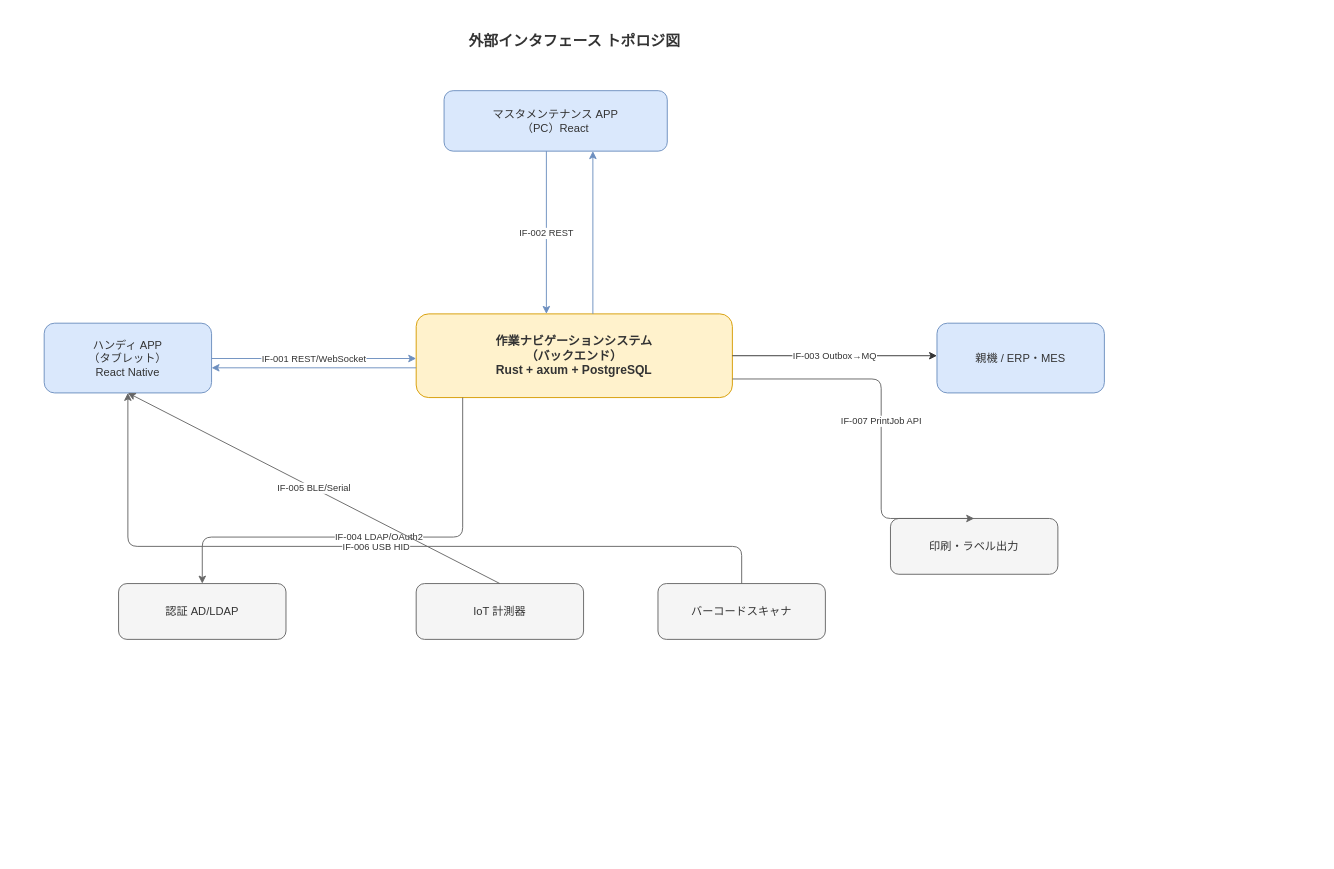
Earlier version of the draw.io diagram docs/03_要件定義/機能要件/img/fig_external_interface_topology.drawio (RyuheiKiso/work-navigation-app). Source tidied: cells renumbered, new cells numbered last; positions are measured from the earlier drawing's top-left corner, leaving out a move shared by most shapes. Both pictures are drawn from the tidied source at 93%, with x=0, y=0 at pixel (16, 16).
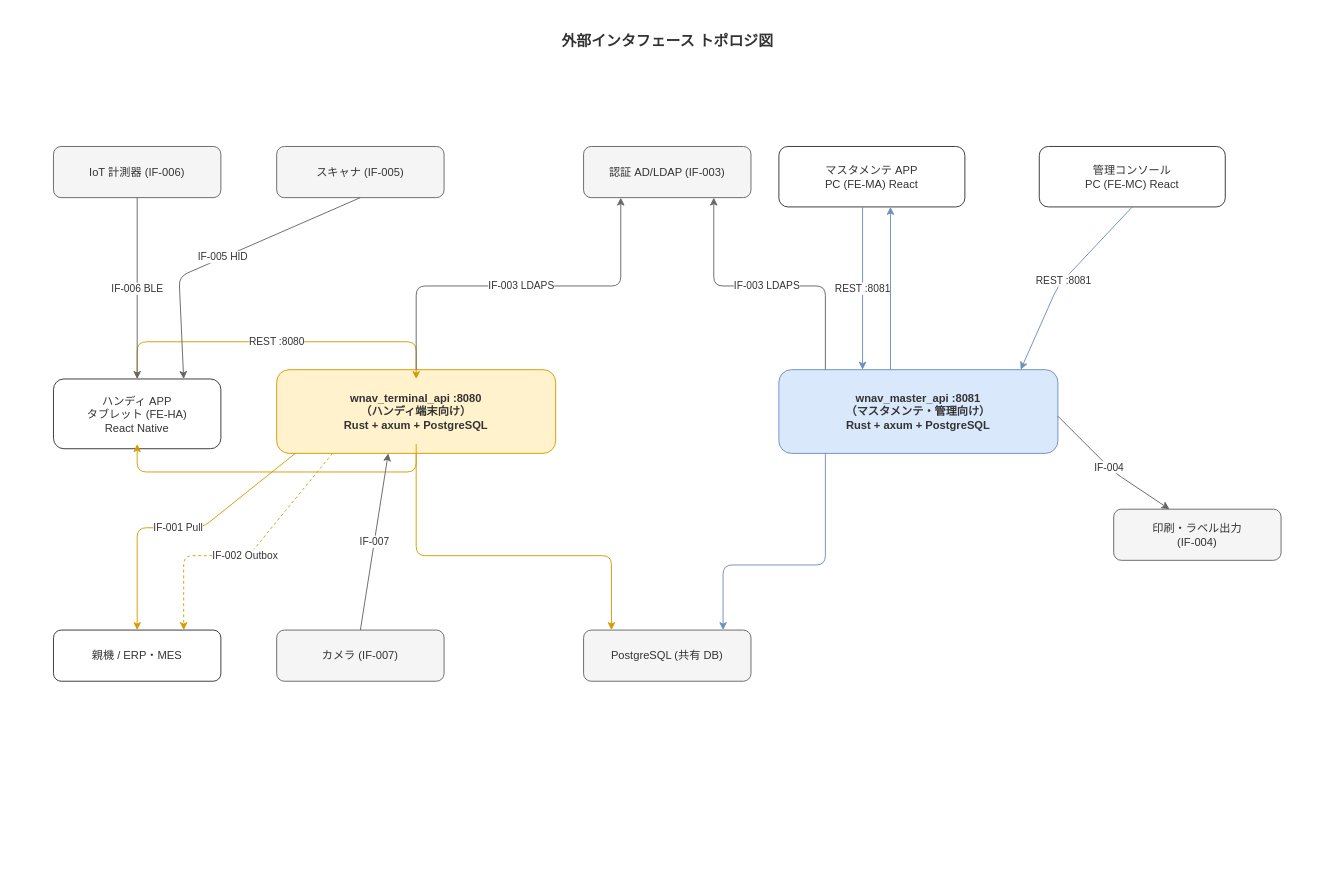
After the change.

The edit, as a diff of the source:
```diff
@@
     <mxCell id="2" style="rounded=0;whiteSpace=wrap;html=1;fillColor=#FFFFFF;strokeColor=none;" parent="1" vertex="1">
-      <mxGeometry width="1200" height="800" as="geometry" />
+      <mxGeometry width="1400" height="900" as="geometry" />
     </mxCell>
     <mxCell id="3" value="外部インタフェース トポロジ図" style="text;html=1;fontFamily=Helvetica;fontSize=16;fontStyle=1;align=center;verticalAlign=middle;fillColor=none;strokeColor=none;fontColor=#333333;" parent="1" vertex="1">
-      <mxGeometry x="350" y="10" width="500" height="32" as="geometry" />
+      <mxGeometry x="400" y="10" width="600" height="32" as="geometry" />
     </mxCell>
-    <mxCell id="4" value="作業ナビゲーションシステム&#10;（バックエンド）&#10;Rust + axum + PostgreSQL" style="rounded=1;whiteSpace=wrap;html=1;fontFamily=Helvetica;fontSize=13;fontStyle=1;fontColor=#333333;strokeColor=#d79b00;fillColor=#fff2cc;" parent="1" vertex="1">
-      <mxGeometry x="430" y="320" width="340" height="90" as="geometry" />
-    </mxCell>
+    <mxCell id="21" value="wnav_terminal_api :8080&#10;（ハンディ端末向け）&#10;Rust + axum + PostgreSQL" style="rounded=1;whiteSpace=wrap;html=1;fontFamily=Helvetica;fontSize=12;fontStyle=1;fontColor=#333333;strokeColor=#d79b00;fillColor=#fff2cc;" parent="1" vertex="1">
+      <mxGeometry x="280" y="380" width="300" height="90" as="geometry" />
+    </mxCell>
+    <mxCell id="22" value="wnav_master_api :8081&#10;（マスタメンテ・管理向け）&#10;Rust + axum + PostgreSQL" style="rounded=1;whiteSpace=wrap;html=1;fontFamily=Helvetica;fontSize=12;fontStyle=1;fontColor=#333333;strokeColor=#6c8ebf;fillColor=#dae8fc;" parent="1" vertex="1">
+      <mxGeometry x="820" y="380" width="300" height="90" as="geometry" />
+    </mxCell>
+    <mxCell id="23" value="PostgreSQL (共有 DB)" style="rounded=1;whiteSpace=wrap;html=1;fontFamily=Helvetica;fontSize=12;fontColor=#333333;strokeColor=#666666;fillColor=#f5f5f5;" parent="1" vertex="1">
+      <mxGeometry x="610" y="660" width="180" height="55" as="geometry" />
+    </mxCell>
-    <mxCell id="5" value="ハンディ APP&#10;（タブレット）&#10;React Native" style="rounded=1;whiteSpace=wrap;html=1;fontFamily=Helvetica;fontSize=12;fontColor=#333333;strokeColor=#6c8ebf;fillColor=#dae8fc;" parent="1" vertex="1">
-      <mxGeometry x="30" y="330" width="180" height="75" as="geometry" />
+    <mxCell id="5" value="ハンディ APP&#10;タブレット (FE-HA)&#10;React Native" style="rounded=1;whiteSpace=wrap;html=1;fontFamily=Helvetica;fontSize=12;fontColor=#333333;strokeColor=#333333;fillColor=#FFFFFF;" parent="1" vertex="1">
+      <mxGeometry x="40" y="390" width="180" height="75" as="geometry" />
     </mxCell>
+    <mxCell id="7" value="マスタメンテ APP&#10;PC (FE-MA) React" style="rounded=1;whiteSpace=wrap;html=1;fontFamily=Helvetica;fontSize=12;fontColor=#333333;strokeColor=#333333;fillColor=#FFFFFF;" parent="1" vertex="1">
+      <mxGeometry x="820" y="140" width="200" height="65" as="geometry" />
+    </mxCell>
+    <mxCell id="24" value="管理コンソール&#10;PC (FE-MC) React" style="rounded=1;whiteSpace=wrap;html=1;fontFamily=Helvetica;fontSize=12;fontColor=#333333;strokeColor=#333333;fillColor=#FFFFFF;" parent="1" vertex="1">
+      <mxGeometry x="1100" y="140" width="200" height="65" as="geometry" />
+    </mxCell>
+    <mxCell id="8" value="認証 AD/LDAP (IF-003)" style="rounded=1;whiteSpace=wrap;html=1;fontFamily=Helvetica;fontSize=12;fontColor=#333333;strokeColor=#666666;fillColor=#f5f5f5;" parent="1" vertex="1">
+      <mxGeometry x="610" y="140" width="180" height="55" as="geometry" />
+    </mxCell>
-    <mxCell id="6" value="親機 / ERP・MES" style="rounded=1;whiteSpace=wrap;html=1;fontFamily=Helvetica;fontSize=12;fontColor=#333333;strokeColor=#6c8ebf;fillColor=#dae8fc;" parent="1" vertex="1">
-      <mxGeometry x="990" y="330" width="180" height="75" as="geometry" />
+    <mxCell id="6" value="親機 / ERP・MES" style="rounded=1;whiteSpace=wrap;html=1;fontFamily=Helvetica;fontSize=12;fontColor=#333333;strokeColor=#333333;fillColor=#FFFFFF;" parent="1" vertex="1">
+      <mxGeometry x="40" y="660" width="180" height="55" as="geometry" />
     </mxCell>
-    <mxCell id="7" value="マスタメンテナンス APP&#10;（PC）React" style="rounded=1;whiteSpace=wrap;html=1;fontFamily=Helvetica;fontSize=12;fontColor=#333333;strokeColor=#6c8ebf;fillColor=#dae8fc;" parent="1" vertex="1">
-      <mxGeometry x="460" y="80" width="240" height="65" as="geometry" />
-    </mxCell>
-    <mxCell id="8" value="認証 AD/LDAP" style="rounded=1;whiteSpace=wrap;html=1;fontFamily=Helvetica;fontSize=12;fontColor=#333333;strokeColor=#666666;fillColor=#f5f5f5;" parent="1" vertex="1">
-      <mxGeometry x="110" y="610" width="180" height="60" as="geometry" />
-    </mxCell>
+    <mxCell id="11" value="印刷・ラベル出力&#10;(IF-004)" style="rounded=1;whiteSpace=wrap;html=1;fontFamily=Helvetica;fontSize=12;fontColor=#333333;strokeColor=#666666;fillColor=#f5f5f5;" parent="1" vertex="1">
+      <mxGeometry x="1180" y="530" width="180" height="55" as="geometry" />
+    </mxCell>
-    <mxCell id="9" value="IoT 計測器" style="rounded=1;whiteSpace=wrap;html=1;fontFamily=Helvetica;fontSize=12;fontColor=#333333;strokeColor=#666666;fillColor=#f5f5f5;" parent="1" vertex="1">
-      <mxGeometry x="430" y="610" width="180" height="60" as="geometry" />
+    <mxCell id="9" value="IoT 計測器 (IF-006)" style="rounded=1;whiteSpace=wrap;html=1;fontFamily=Helvetica;fontSize=12;fontColor=#333333;strokeColor=#666666;fillColor=#f5f5f5;" parent="1" vertex="1">
+      <mxGeometry x="40" y="140" width="180" height="55" as="geometry" />
     </mxCell>
-    <mxCell id="10" value="バーコードスキャナ" style="rounded=1;whiteSpace=wrap;html=1;fontFamily=Helvetica;fontSize=12;fontColor=#333333;strokeColor=#666666;fillColor=#f5f5f5;" parent="1" vertex="1">
-      <mxGeometry x="690" y="610" width="180" height="60" as="geometry" />
+    <mxCell id="10" value="スキャナ (IF-005)" style="rounded=1;whiteSpace=wrap;html=1;fontFamily=Helvetica;fontSize=12;fontColor=#333333;strokeColor=#666666;fillColor=#f5f5f5;" parent="1" vertex="1">
+      <mxGeometry x="280" y="140" width="180" height="55" as="geometry" />
     </mxCell>
-    <mxCell id="11" value="印刷・ラベル出力" style="rounded=1;whiteSpace=wrap;html=1;fontFamily=Helvetica;fontSize=12;fontColor=#333333;strokeColor=#666666;fillColor=#f5f5f5;" parent="1" vertex="1">
-      <mxGeometry x="940" y="540" width="180" height="60" as="geometry" />
-    </mxCell>
+    <mxCell id="25" value="カメラ (IF-007)" style="rounded=1;whiteSpace=wrap;html=1;fontFamily=Helvetica;fontSize=12;fontColor=#333333;strokeColor=#666666;fillColor=#f5f5f5;" parent="1" vertex="1">
+      <mxGeometry x="280" y="660" width="180" height="55" as="geometry" />
+    </mxCell>
-    <mxCell id="12" value="IF-001 REST/WebSocket" style="endArrow=classic;endFill=1;html=1;strokeColor=#6c8ebf;fontFamily=Helvetica;fontSize=10;fontColor=#333333;edgeStyle=none;" parent="1" edge="1" source="5" target="4">
+    <mxCell id="12" value="REST :8080" style="endArrow=classic;endFill=1;html=1;strokeColor=#d79b00;fontFamily=Helvetica;fontSize=11;fontColor=#333333;edgeStyle=none;" parent="1" edge="1">
       <mxGeometry relative="1" as="geometry">
+        <mxPoint x="130" y="390" as="sourcePoint" />
+        <mxPoint x="430" y="390" as="targetPoint" />
         <Array as="points">
-          <mxPoint x="210" y="368" />
-          <mxPoint x="430" y="368" />
+          <mxPoint x="130" y="350" />
+          <mxPoint x="430" y="350" />
         </Array>
       </mxGeometry>
     </mxCell>
-    <mxCell id="13" style="endArrow=classic;endFill=1;html=1;strokeColor=#6c8ebf;edgeStyle=none;" parent="1" edge="1" source="4" target="5">
+    <mxCell id="13" style="endArrow=classic;endFill=1;html=1;strokeColor=#d79b00;edgeStyle=none;" parent="1" edge="1">
       <mxGeometry relative="1" as="geometry">
+        <mxPoint x="430" y="460" as="sourcePoint" />
+        <mxPoint x="130" y="460" as="targetPoint" />
         <Array as="points">
-          <mxPoint x="430" y="378" />
-          <mxPoint x="210" y="378" />
+          <mxPoint x="430" y="490" />
+          <mxPoint x="130" y="490" />
         </Array>
       </mxGeometry>
     </mxCell>
+    <mxCell id="26" value="IF-001 Pull" style="endArrow=classic;endFill=1;html=1;strokeColor=#d79b00;fontFamily=Helvetica;fontSize=11;fontColor=#333333;edgeStyle=none;" parent="1" edge="1">
+      <mxGeometry relative="1" as="geometry">
+        <mxPoint x="300" y="470" as="sourcePoint" />
+        <mxPoint x="130" y="660" as="targetPoint" />
+        <Array as="points">
+          <mxPoint x="200" y="550" />
+          <mxPoint x="130" y="550" />
+        </Array>
+      </mxGeometry>
+    </mxCell>
+    <mxCell id="27" value="IF-002 Outbox" style="endArrow=classic;endFill=1;html=1;strokeColor=#d79b00;fontFamily=Helvetica;fontSize=11;fontColor=#333333;dashed=1;edgeStyle=none;" parent="1" edge="1">
+      <mxGeometry relative="1" as="geometry">
+        <mxPoint x="340" y="470" as="sourcePoint" />
+        <mxPoint x="180" y="660" as="targetPoint" />
+        <Array as="points">
+          <mxPoint x="250" y="580" />
+          <mxPoint x="180" y="580" />
+        </Array>
+      </mxGeometry>
+    </mxCell>
+    <mxCell id="28" value="IF-003 LDAPS" style="endArrow=classic;endFill=1;html=1;strokeColor=#666666;fontFamily=Helvetica;fontSize=11;fontColor=#333333;edgeStyle=none;" parent="1" edge="1">
+      <mxGeometry relative="1" as="geometry">
+        <mxPoint x="430" y="380" as="sourcePoint" />
+        <mxPoint x="650" y="195" as="targetPoint" />
+        <Array as="points">
+          <mxPoint x="430" y="290" />
+          <mxPoint x="650" y="290" />
+        </Array>
+      </mxGeometry>
+    </mxCell>
+    <mxCell id="29" style="endArrow=classic;endFill=1;html=1;strokeColor=#d79b00;edgeStyle=none;" parent="1" edge="1">
+      <mxGeometry relative="1" as="geometry">
+        <mxPoint x="430" y="470" as="sourcePoint" />
+        <mxPoint x="640" y="660" as="targetPoint" />
+        <Array as="points">
+          <mxPoint x="430" y="580" />
+          <mxPoint x="640" y="580" />
+        </Array>
+      </mxGeometry>
+    </mxCell>
-    <mxCell id="14" value="IF-002 REST" style="endArrow=classic;endFill=1;html=1;strokeColor=#6c8ebf;fontFamily=Helvetica;fontSize=10;fontColor=#333333;edgeStyle=none;" parent="1" edge="1" source="7" target="4">
+    <mxCell id="14" value="REST :8081" style="endArrow=classic;endFill=1;html=1;strokeColor=#6c8ebf;fontFamily=Helvetica;fontSize=11;fontColor=#333333;edgeStyle=none;" parent="1" edge="1">
       <mxGeometry relative="1" as="geometry">
-        <Array as="points">
-          <mxPoint x="570" y="145" />
-          <mxPoint x="570" y="320" />
-        </Array>
+        <mxPoint x="910" y="205" as="sourcePoint" />
+        <mxPoint x="910" y="380" as="targetPoint" />
       </mxGeometry>
     </mxCell>
-    <mxCell id="15" style="endArrow=classic;endFill=1;html=1;strokeColor=#6c8ebf;edgeStyle=none;" parent="1" edge="1" source="4" target="7">
+    <mxCell id="15" style="endArrow=classic;endFill=1;html=1;strokeColor=#6c8ebf;edgeStyle=none;" parent="1" edge="1">
       <mxGeometry relative="1" as="geometry">
-        <Array as="points">
-          <mxPoint x="620" y="320" />
-          <mxPoint x="620" y="145" />
-        </Array>
+        <mxPoint x="940" y="380" as="sourcePoint" />
+        <mxPoint x="940" y="205" as="targetPoint" />
       </mxGeometry>
     </mxCell>
-    <mxCell id="16" value="IF-003 Outbox→MQ" style="endArrow=classic;endFill=1;html=1;strokeColor=#333333;fontFamily=Helvetica;fontSize=10;fontColor=#333333;edgeStyle=none;" parent="1" edge="1" source="4" target="6">
-      <mxGeometry relative="1" as="geometry">
-        <Array as="points">
-          <mxPoint x="770" y="365" />
-          <mxPoint x="990" y="365" />
-        </Array>
-      </mxGeometry>
-    </mxCell>
-    <mxCell id="17" value="IF-004 LDAP/OAuth2" style="endArrow=classic;endFill=1;html=1;strokeColor=#666666;fontFamily=Helvetica;fontSize=10;fontColor=#333333;edgeStyle=none;" parent="1" edge="1" source="4" target="8">
-      <mxGeometry relative="1" as="geometry">
-        <Array as="points">
-          <mxPoint x="480" y="410" />
-          <mxPoint x="480" y="560" />
-          <mxPoint x="200" y="560" />
-          <mxPoint x="200" y="610" />
-        </Array>
-      </mxGeometry>
-    </mxCell>
+    <mxCell id="30" value="REST :8081" style="endArrow=classic;endFill=1;html=1;strokeColor=#6c8ebf;fontFamily=Helvetica;fontSize=11;fontColor=#333333;edgeStyle=none;" parent="1" edge="1">
+      <mxGeometry relative="1" as="geometry">
+        <mxPoint x="1200" y="205" as="sourcePoint" />
+        <mxPoint x="1080" y="380" as="targetPoint" />
+        <Array as="points">
+          <mxPoint x="1120" y="290" />
+        </Array>
+      </mxGeometry>
+    </mxCell>
+    <mxCell id="31" value="IF-003 LDAPS" style="endArrow=classic;endFill=1;html=1;strokeColor=#666666;fontFamily=Helvetica;fontSize=11;fontColor=#333333;edgeStyle=none;" parent="1" edge="1">
+      <mxGeometry relative="1" as="geometry">
+        <mxPoint x="870" y="380" as="sourcePoint" />
+        <mxPoint x="750" y="195" as="targetPoint" />
+        <Array as="points">
+          <mxPoint x="870" y="290" />
+          <mxPoint x="750" y="290" />
+        </Array>
+      </mxGeometry>
+    </mxCell>
+    <mxCell id="32" style="endArrow=classic;endFill=1;html=1;strokeColor=#6c8ebf;edgeStyle=none;" parent="1" edge="1">
+      <mxGeometry relative="1" as="geometry">
+        <mxPoint x="870" y="470" as="sourcePoint" />
+        <mxPoint x="760" y="660" as="targetPoint" />
+        <Array as="points">
+          <mxPoint x="870" y="590" />
+          <mxPoint x="760" y="590" />
+        </Array>
+      </mxGeometry>
+    </mxCell>
+    <mxCell id="33" value="IF-004" style="endArrow=classic;endFill=1;html=1;strokeColor=#666666;fontFamily=Helvetica;fontSize=11;fontColor=#333333;edgeStyle=none;" parent="1" edge="1">
+      <mxGeometry relative="1" as="geometry">
+        <mxPoint x="1120" y="430" as="sourcePoint" />
+        <mxPoint x="1240" y="530" as="targetPoint" />
+        <Array as="points">
+          <mxPoint x="1180" y="490" />
+        </Array>
+      </mxGeometry>
+    </mxCell>
-    <mxCell id="18" value="IF-005 BLE/Serial" style="endArrow=classic;endFill=1;html=1;strokeColor=#666666;fontFamily=Helvetica;fontSize=10;fontColor=#333333;edgeStyle=none;" parent="1" edge="1" source="9" target="5">
+    <mxCell id="18" value="IF-006 BLE" style="endArrow=classic;endFill=1;html=1;strokeColor=#666666;fontFamily=Helvetica;fontSize=11;fontColor=#333333;edgeStyle=none;" parent="1" edge="1">
       <mxGeometry relative="1" as="geometry">
-        <Array as="points">
-          <mxPoint x="520" y="610" />
-          <mxPoint x="120" y="405" />
-        </Array>
+        <mxPoint x="130" y="195" as="sourcePoint" />
+        <mxPoint x="130" y="390" as="targetPoint" />
       </mxGeometry>
     </mxCell>
-    <mxCell id="19" value="IF-006 USB HID" style="endArrow=classic;endFill=1;html=1;strokeColor=#666666;fontFamily=Helvetica;fontSize=10;fontColor=#333333;edgeStyle=none;" parent="1" edge="1" source="10" target="5">
+    <mxCell id="19" value="IF-005 HID" style="endArrow=classic;endFill=1;html=1;strokeColor=#666666;fontFamily=Helvetica;fontSize=11;fontColor=#333333;edgeStyle=none;" parent="1" edge="1">
       <mxGeometry relative="1" as="geometry">
+        <mxPoint x="370" y="195" as="sourcePoint" />
+        <mxPoint x="180" y="390" as="targetPoint" />
         <Array as="points">
-          <mxPoint x="780" y="610" />
-          <mxPoint x="780" y="570" />
-          <mxPoint x="120" y="570" />
-          <mxPoint x="120" y="405" />
+          <mxPoint x="175" y="280" />
         </Array>
       </mxGeometry>
     </mxCell>
-    <mxCell id="20" value="IF-007 PrintJob API" style="endArrow=classic;endFill=1;html=1;strokeColor=#666666;fontFamily=Helvetica;fontSize=10;fontColor=#333333;edgeStyle=none;" parent="1" edge="1" source="4" target="11">
-      <mxGeometry relative="1" as="geometry">
-        <Array as="points">
-          <mxPoint x="770" y="390" />
-          <mxPoint x="930" y="390" />
-          <mxPoint x="930" y="540" />
-          <mxPoint x="1030" y="540" />
-        </Array>
-      </mxGeometry>
-    </mxCell>
+    <mxCell id="34" value="IF-007" style="endArrow=classic;endFill=1;html=1;strokeColor=#666666;fontFamily=Helvetica;fontSize=11;fontColor=#333333;edgeStyle=none;" parent="1" edge="1">
+      <mxGeometry relative="1" as="geometry">
+        <mxPoint x="370" y="660" as="sourcePoint" />
+        <mxPoint x="400" y="470" as="targetPoint" />
+      </mxGeometry>
+    </mxCell>
```
